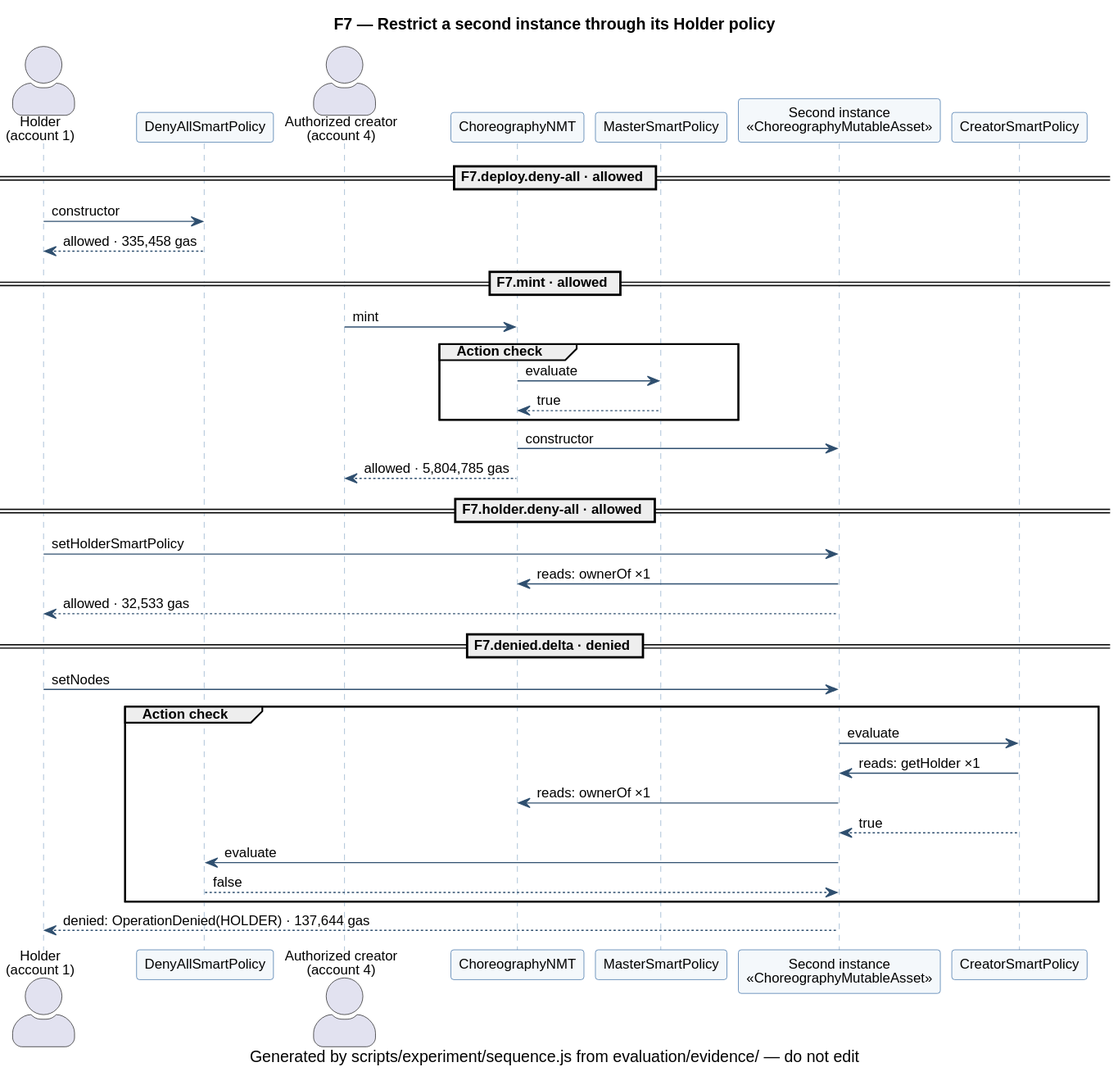
Before: evaluation/evidence/uml/F7.svg, a diagram exported from PlantUML (d0na/ChorNMT). Its diagram source:
```plantuml
@startuml
skinparam shadowing false
skinparam defaultFontName Helvetica
skinparam defaultFontSize 12
skinparam actorStyle awesome
skinparam packageStyle rectangle
skinparam usecase {
  BackgroundColor #F4F8FB
  BorderColor #3A6EA5
}
skinparam sequence {
  ParticipantBackgroundColor #F4F8FB
  ParticipantBorderColor #3A6EA5
  LifeLineBorderColor #8AA9C8
  ArrowColor #2F4F6F
}
skinparam note {
  BackgroundColor #FFF8DC
  BorderColor #C9A227
}
title F7 — Restrict a second instance through its Holder policy
caption Generated by scripts/experiment/sequence.js from evaluation/evidence/ — do not edit
actor "Holder\n(account 1)" as A1
participant "DenyAllSmartPolicy" as C33
actor "Authorized creator\n(account 4)" as A4
participant "ChoreographyNMT" as C5
participant "MasterSmartPolicy" as C0
participant "Second instance\n<<ChoreographyMutableAsset>>" as C34
participant "CreatorSmartPolicy" as C1
== F7.deploy.deny-all · allowed ==
A1 -> C33 : constructor
C33 --> A1 : allowed · 335,458 gas
== F7.mint · allowed ==
A4 -> C5 : mint
group Action check
C5 -> C0 : evaluate
C0 --> C5 : true
end
C5 -> C34 : constructor
C5 --> A4 : allowed · 5,804,785 gas
== F7.holder.deny-all · allowed ==
A1 -> C34 : setHolderSmartPolicy
C34 -> C5 : reads: ownerOf ×1
C34 --> A1 : allowed · 32,533 gas
== F7.denied.delta · denied ==
A1 -> C34 : setNodes
group Action check
C34 -> C1 : evaluate
C1 -> C34 : reads: getHolder ×1
C34 -> C5 : reads: ownerOf ×1
C1 --> C34 : true
C34 -> C33 : evaluate
C33 --> C34 : false
end
C34 --> A1 : denied: OperationDenied(HOLDER) · 137,644 gas
@enduml
```
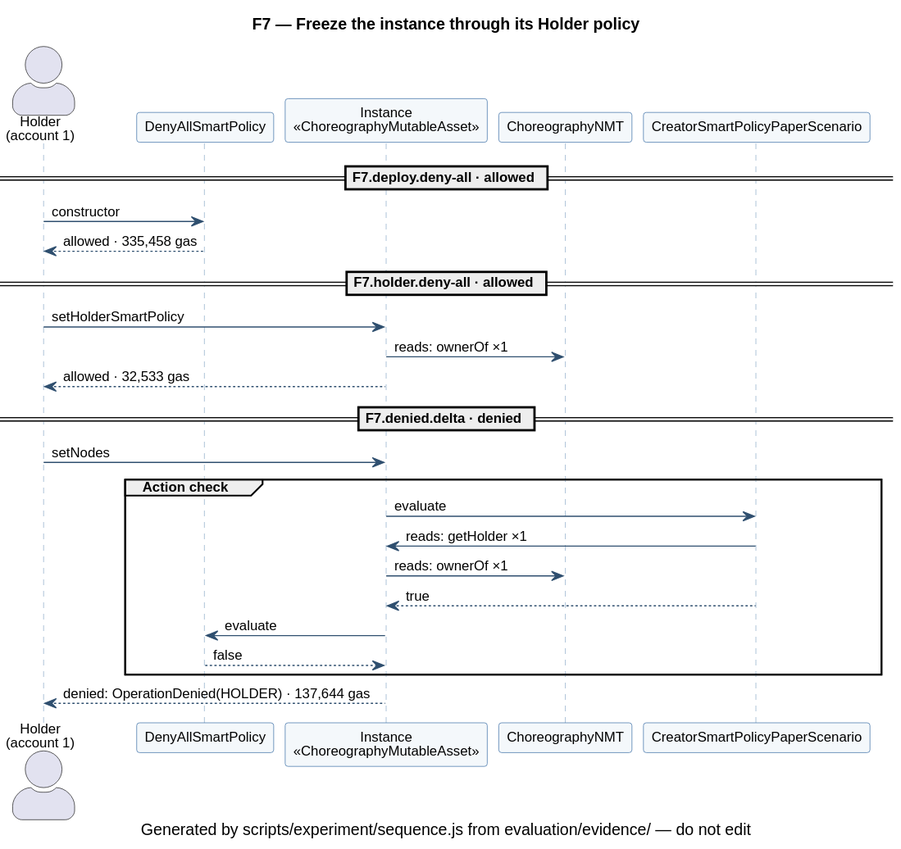
After the commit.

Diff of the diagram source:
```diff
@@ -18,39 +18,29 @@
   BackgroundColor #FFF8DC
   BorderColor #C9A227
 }
-title F7 — Restrict a second instance through its Holder policy
+title F7 — Freeze the instance through its Holder policy
 caption Generated by scripts/experiment/sequence.js from evaluation/evidence/ — do not edit
 actor "Holder\n(account 1)" as A1
 participant "DenyAllSmartPolicy" as C33
-actor "Authorized creator\n(account 4)" as A4
+participant "Instance\n<<ChoreographyMutableAsset>>" as C26
 participant "ChoreographyNMT" as C5
-participant "MasterSmartPolicy" as C0
-participant "Second instance\n<<ChoreographyMutableAsset>>" as C34
-participant "CreatorSmartPolicy" as C1
+participant "CreatorSmartPolicyPaperScenario" as C25
 == F7.deploy.deny-all · allowed ==
 A1 -> C33 : constructor
 C33 --> A1 : allowed · 335,458 gas
-== F7.mint · allowed ==
-A4 -> C5 : mint
+== F7.holder.deny-all · allowed ==
+A1 -> C26 : setHolderSmartPolicy
+C26 -> C5 : reads: ownerOf ×1
+C26 --> A1 : allowed · 32,533 gas
+== F7.denied.delta · denied ==
+A1 -> C26 : setNodes
 group Action check
-C5 -> C0 : evaluate
-C0 --> C5 : true
+C26 -> C25 : evaluate
+C25 -> C26 : reads: getHolder ×1
+C26 -> C5 : reads: ownerOf ×1
+C25 --> C26 : true
+C26 -> C33 : evaluate
+C33 --> C26 : false
 end
-C5 -> C34 : constructor
-C5 --> A4 : allowed · 5,804,785 gas
-== F7.holder.deny-all · allowed ==
-A1 -> C34 : setHolderSmartPolicy
-C34 -> C5 : reads: ownerOf ×1
-C34 --> A1 : allowed · 32,533 gas
-== F7.denied.delta · denied ==
-A1 -> C34 : setNodes
-group Action check
-C34 -> C1 : evaluate
-C1 -> C34 : reads: getHolder ×1
-C34 -> C5 : reads: ownerOf ×1
-C1 --> C34 : true
-C34 -> C33 : evaluate
-C33 --> C34 : false
-end
-C34 --> A1 : denied: OperationDenied(HOLDER) · 137,644 gas
+C26 --> A1 : denied: OperationDenied(HOLDER) · 137,644 gas
 @enduml
```
